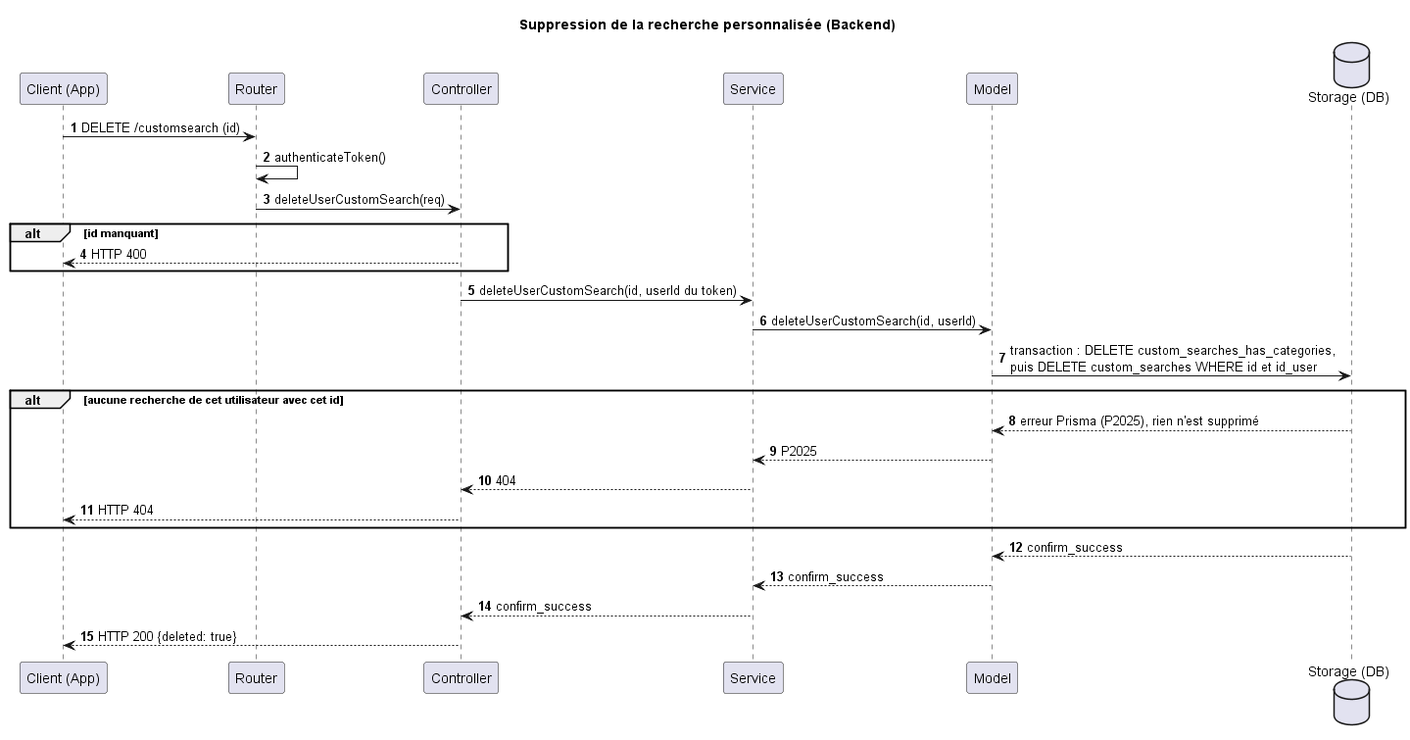
Earlier version of the PlantUML export docs/UML/search-history-delete-diagram-Suppression_de_la_recherche_personnalisée__Backend_.png (TPI2026-NewsGenerator/NewsGenerator-Backend).
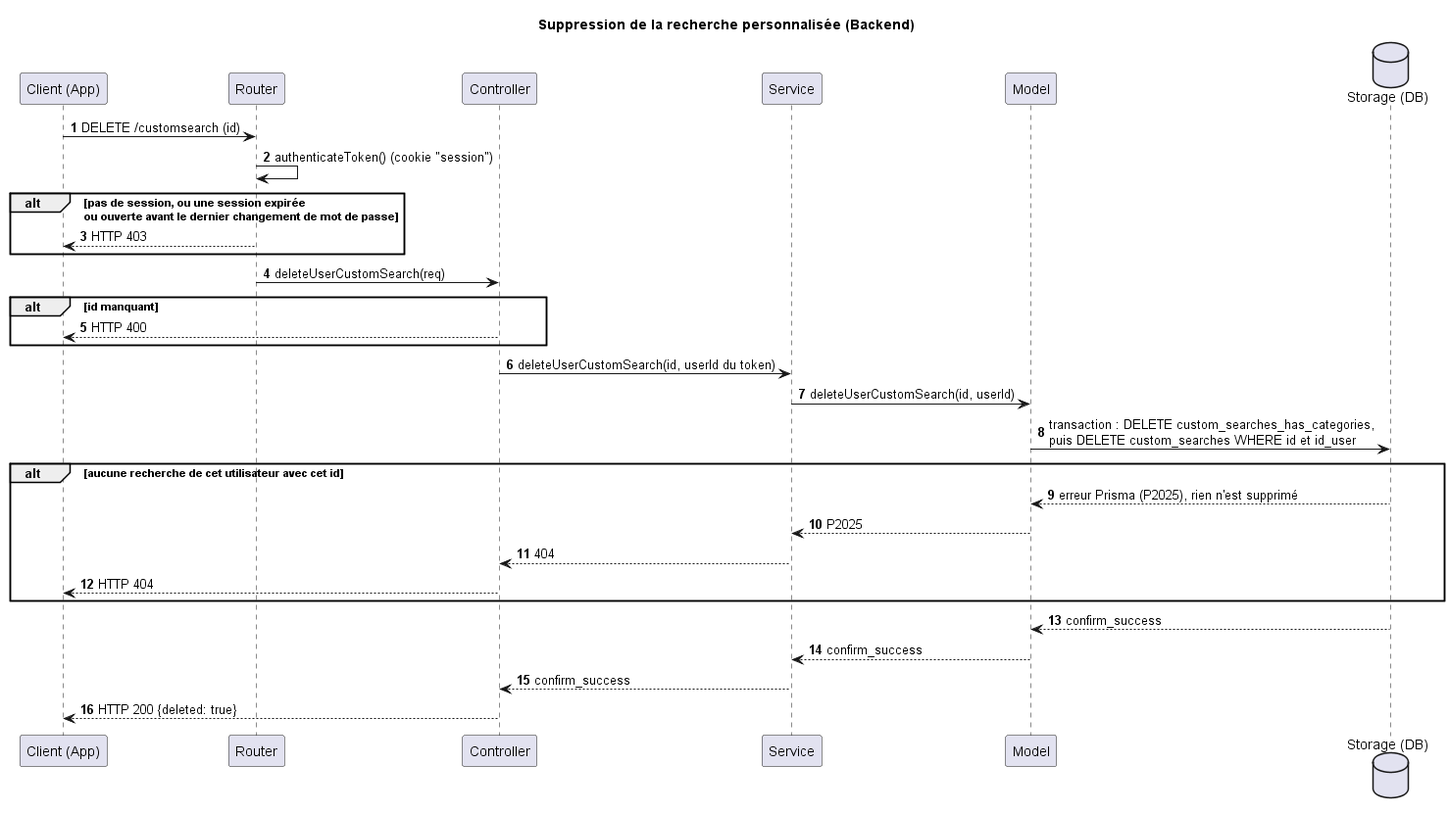
Above is the later version.

The edit, as a diff of the source:
```diff
@@ -11,7 +11,10 @@
 
 
 Client -> Router : DELETE /customsearch (id)
-Router -> Router : authenticateToken()
+Router -> Router : authenticateToken() (cookie "session")
+alt pas de session, ou une session expirée\nou ouverte avant le dernier changement de mot de passe
+    Router --> Client : HTTP 403
+end
 Router -> Controller : deleteUserCustomSearch(req)
 alt id manquant
     Controller --> Client : HTTP 400
```
